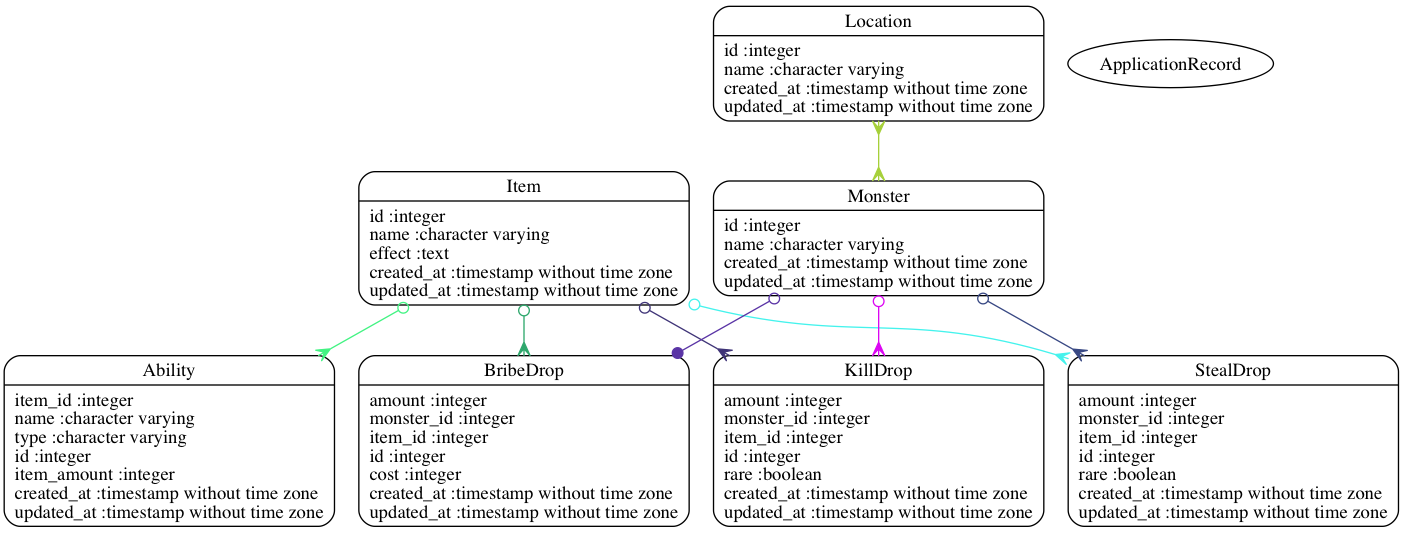
This is models.png from ffxindex/ffx-index-api, a Graphviz export, as it was before one commit. Its source is kept beside it as models.dot.
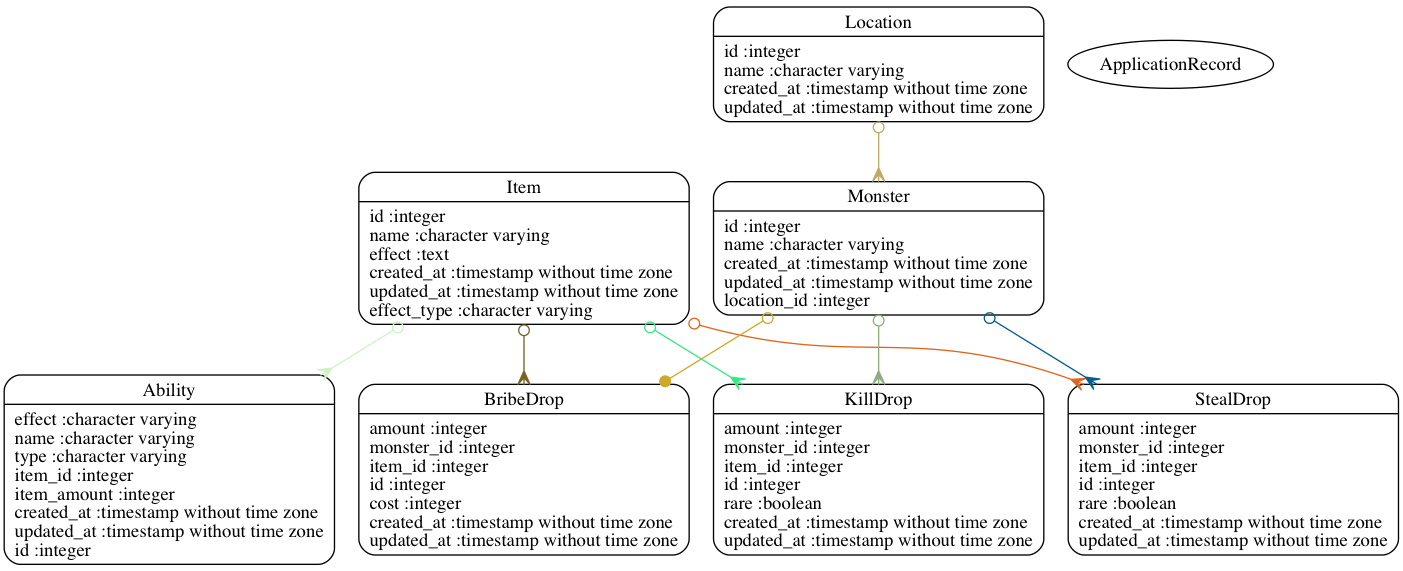
The same file after the commit.

Diff of the diagram source:
```diff
@@ -1,19 +1,19 @@
 digraph models_diagram {
 	graph[overlap=false, splines=true, bgcolor="none"]
-	"Ability" [shape=Mrecord, label="{Ability|item_id :integer\lname :character varying\ltype :character varying\lid :integer\litem_amount :integer\lcreated_at :timestamp without time zone\lupdated_at :timestamp without time zone\l}"]
+	"Ability" [shape=Mrecord, label="{Ability|effect :character varying\lname :character varying\ltype :character varying\litem_id :integer\litem_amount :integer\lcreated_at :timestamp without time zone\lupdated_at :timestamp without time zone\lid :integer\l}"]
 	"ApplicationRecord" []
 	"BribeDrop" [shape=Mrecord, label="{BribeDrop|amount :integer\lmonster_id :integer\litem_id :integer\lid :integer\lcost :integer\lcreated_at :timestamp without time zone\lupdated_at :timestamp without time zone\l}"]
-	"Item" [shape=Mrecord, label="{Item|id :integer\lname :character varying\leffect :text\lcreated_at :timestamp without time zone\lupdated_at :timestamp without time zone\l}"]
+	"Item" [shape=Mrecord, label="{Item|id :integer\lname :character varying\leffect :text\lcreated_at :timestamp without time zone\lupdated_at :timestamp without time zone\leffect_type :character varying\l}"]
 	"KillDrop" [shape=Mrecord, label="{KillDrop|amount :integer\lmonster_id :integer\litem_id :integer\lid :integer\lrare :boolean\lcreated_at :timestamp without time zone\lupdated_at :timestamp without time zone\l}"]
 	"Location" [shape=Mrecord, label="{Location|id :integer\lname :character varying\lcreated_at :timestamp without time zone\lupdated_at :timestamp without time zone\l}"]
-	"Monster" [shape=Mrecord, label="{Monster|id :integer\lname :character varying\lcreated_at :timestamp without time zone\lupdated_at :timestamp without time zone\l}"]
+	"Monster" [shape=Mrecord, label="{Monster|id :integer\lname :character varying\lcreated_at :timestamp without time zone\lupdated_at :timestamp without time zone\llocation_id :integer\l}"]
 	"StealDrop" [shape=Mrecord, label="{StealDrop|amount :integer\lmonster_id :integer\litem_id :integer\lid :integer\lrare :boolean\lcreated_at :timestamp without time zone\lupdated_at :timestamp without time zone\l}"]
-	"Item" -> "Ability" [arrowtail=odot, arrowhead=crow, dir=both color="#42F282"]
-	"Item" -> "KillDrop" [arrowtail=odot, arrowhead=crow, dir=both color="#3F3477"]
-	"Item" -> "StealDrop" [arrowtail=odot, arrowhead=crow, dir=both color="#45F2EC"]
-	"Item" -> "BribeDrop" [arrowtail=odot, arrowhead=crow, dir=both color="#2EA76C"]
-	"Location" -> "Monster" [arrowtail=crow, arrowhead=crow, dir=both color="#A6D03A"]
-	"Monster" -> "KillDrop" [arrowtail=odot, arrowhead=crow, dir=both color="#DB06F2"]
-	"Monster" -> "StealDrop" [arrowtail=odot, arrowhead=crow, dir=both color="#384883"]
-	"Monster" -> "BribeDrop" [arrowtail=odot, arrowhead=dot, dir=both color="#5A34A5"]
+	"Item" -> "Ability" [arrowtail=odot, arrowhead=crow, dir=both color="#CFF1C4"]
+	"Item" -> "KillDrop" [arrowtail=odot, arrowhead=crow, dir=both color="#37E982"]
+	"Item" -> "StealDrop" [arrowtail=odot, arrowhead=crow, dir=both color="#E0641C"]
+	"Item" -> "BribeDrop" [arrowtail=odot, arrowhead=crow, dir=both color="#766224"]
+	"Location" -> "Monster" [arrowtail=odot, arrowhead=crow, dir=both color="#BFA966"]
+	"Monster" -> "KillDrop" [arrowtail=odot, arrowhead=crow, dir=both color="#8DAE7B"]
+	"Monster" -> "StealDrop" [arrowtail=odot, arrowhead=crow, dir=both color="#025E8D"]
+	"Monster" -> "BribeDrop" [arrowtail=odot, arrowhead=dot, dir=both color="#CEA829"]
 }
```
